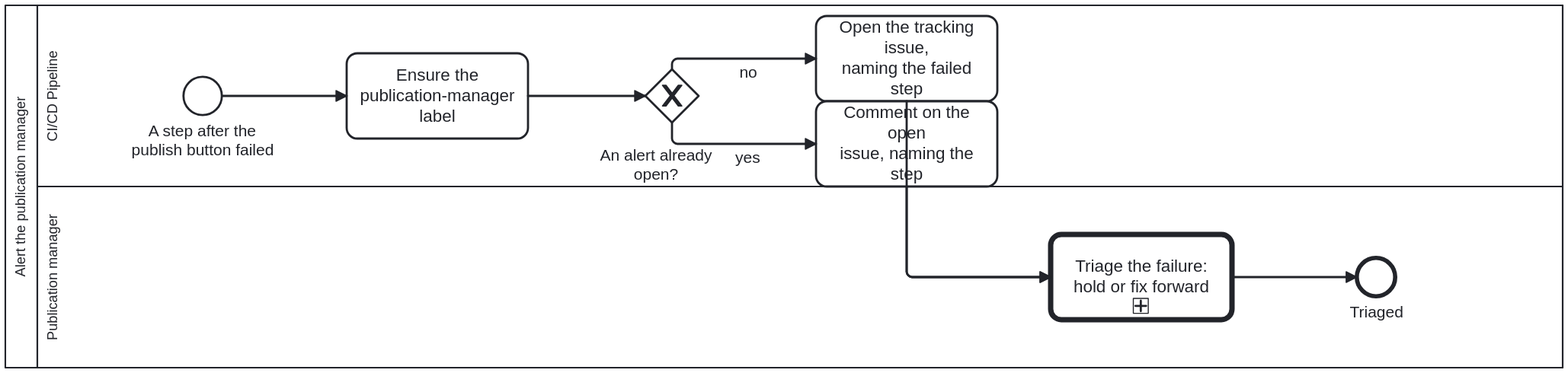
Before: docs/assets/img/workflows/publish-alert.svg, a diagram exported from BPMN (litlfred/cat-harness). Its source is kept beside it as processes/sdlc/publish-alert.bpmn. Ids are renumbered.
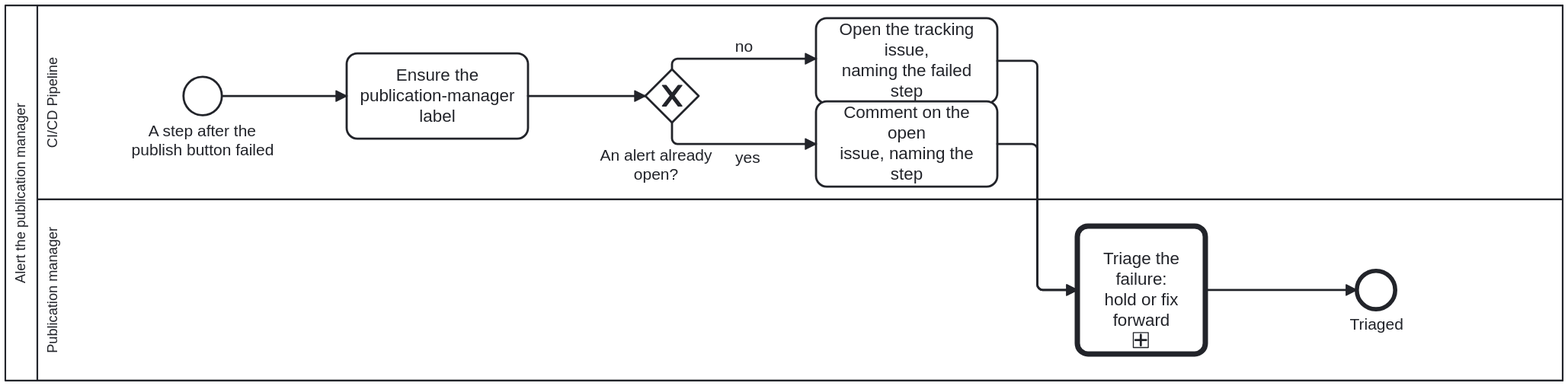
The same diagram one commit later.

What changed in the source:
```diff
@@ -77,23 +77,41 @@
   </bpmn:process>
   <bpmndi:BPMNDiagram id="Diagram_Process_PublishAlert">
     <bpmndi:BPMNPlane id="Plane_Process_PublishAlert" bpmnElement="Collaboration_Process_PublishAlert">
-      <bpmndi:BPMNShape id="Shape_Participant_Process_PublishAlert" bpmnElement="Participant_Process_PublishAlert" isHorizontal="true"><dc:Bounds x="60" y="60" width="1460" height="340"/></bpmndi:BPMNShape>
-      <bpmndi:BPMNShape id="Shape_Lane_Ci" bpmnElement="Lane_Ci" isHorizontal="true"><dc:Bounds x="90" y="60" width="1430" height="170"/></bpmndi:BPMNShape>
-      <bpmndi:BPMNShape id="Shape_Lane_PubMgr" bpmnElement="Lane_PubMgr" isHorizontal="true"><dc:Bounds x="90" y="230" width="1430" height="170"/></bpmndi:BPMNShape>
-      <bpmndi:BPMNShape id="Shape_Start_Failed" bpmnElement="Start_Failed"><dc:Bounds x="227" y="127" width="36" height="36"/><bpmndi:BPMNLabel><dc:Bounds x="175" y="169" width="140" height="40"/></bpmndi:BPMNLabel></bpmndi:BPMNShape>
-      <bpmndi:BPMNShape id="Shape_A_Label" bpmnElement="A_Label"><dc:Bounds x="380" y="105" width="170" height="80"/></bpmndi:BPMNShape>
-      <bpmndi:BPMNShape id="Shape_GW_Open" bpmnElement="GW_Open" isMarkerVisible="true"><dc:Bounds x="660" y="120" width="50" height="50"/><bpmndi:BPMNLabel><dc:Bounds x="599.25" y="191.5" width="140" height="36" /></bpmndi:BPMNLabel></bpmndi:BPMNShape>
-      <bpmndi:BPMNShape id="Shape_A_Open" bpmnElement="A_Open"><dc:Bounds x="820" y="70" width="170" height="80"/></bpmndi:BPMNShape>
-      <bpmndi:BPMNShape id="Shape_A_Comment" bpmnElement="A_Comment"><dc:Bounds x="820" y="150" width="170" height="80"/></bpmndi:BPMNShape>
-      <bpmndi:BPMNShape id="Shape_U_Triage" bpmnElement="U_Triage"><dc:Bounds x="1040" y="275" width="170" height="80"/></bpmndi:BPMNShape>
-      <bpmndi:BPMNShape id="Shape_End_Triaged" bpmnElement="End_Triaged"><dc:Bounds x="1327" y="297" width="36" height="36"/><bpmndi:BPMNLabel><dc:Bounds x="1275" y="339" width="140" height="40"/></bpmndi:BPMNLabel></bpmndi:BPMNShape>
+      <bpmndi:BPMNShape id="Shape_Participant_Process_PublishAlert" bpmnElement="Participant_Process_PublishAlert" isHorizontal="true"><dc:Bounds x="60" y="60" width="1460" height="352" /></bpmndi:BPMNShape>
+      <bpmndi:BPMNShape id="Shape_Lane_Ci" bpmnElement="Lane_Ci" isHorizontal="true"><dc:Bounds x="90" y="60" width="1430" height="182" /></bpmndi:BPMNShape>
+      <bpmndi:BPMNShape id="Shape_Lane_PubMgr" bpmnElement="Lane_PubMgr" isHorizontal="true"><dc:Bounds x="90" y="242" width="1430" height="170" /></bpmndi:BPMNShape>
+      <bpmndi:BPMNShape id="Shape_Start_Failed" bpmnElement="Start_Failed"><dc:Bounds x="227" y="127" width="36" height="36" /><bpmndi:BPMNLabel><dc:Bounds x="175" y="169" width="140" height="40"/></bpmndi:BPMNLabel></bpmndi:BPMNShape>
+      <bpmndi:BPMNShape id="Shape_A_Label" bpmnElement="A_Label"><dc:Bounds x="380" y="105" width="170" height="80" /></bpmndi:BPMNShape>
+      <bpmndi:BPMNShape id="Shape_GW_Open" bpmnElement="GW_Open" isMarkerVisible="true"><dc:Bounds x="660" y="120" width="50" height="50" /><bpmndi:BPMNLabel><dc:Bounds x="599.25" y="191.5" width="140" height="36" /></bpmndi:BPMNLabel></bpmndi:BPMNShape>
+      <bpmndi:BPMNShape id="Shape_A_Open" bpmnElement="A_Open"><dc:Bounds x="820" y="72" width="170" height="80" /></bpmndi:BPMNShape>
+      <bpmndi:BPMNShape id="Shape_A_Comment" bpmnElement="A_Comment"><dc:Bounds x="820" y="150" width="170" height="80" /></bpmndi:BPMNShape>
+      <bpmndi:BPMNShape id="Shape_U_Triage" bpmnElement="U_Triage"><dc:Bounds x="1065" y="267" width="120" height="120" /></bpmndi:BPMNShape>
+      <bpmndi:BPMNShape id="Shape_End_Triaged" bpmnElement="End_Triaged"><dc:Bounds x="1327" y="309" width="36" height="36" /><bpmndi:BPMNLabel><dc:Bounds x="1275" y="351" width="140" height="40"/></bpmndi:BPMNLabel></bpmndi:BPMNShape>
       <bpmndi:BPMNEdge id="Edge_F_1" bpmnElement="F_1"><di:waypoint x="263" y="145"/><di:waypoint x="380" y="145"/></bpmndi:BPMNEdge>
       <bpmndi:BPMNEdge id="Edge_F_2" bpmnElement="F_2"><di:waypoint x="550" y="145"/><di:waypoint x="660" y="145"/></bpmndi:BPMNEdge>
-      <bpmndi:BPMNEdge id="Edge_F_3" bpmnElement="F_3"><di:waypoint x="685" y="120"/><di:waypoint x="685" y="110"/><di:waypoint x="820" y="110"/><bpmndi:BPMNLabel><dc:Bounds x="691" y="114" width="130" height="20"/></bpmndi:BPMNLabel></bpmndi:BPMNEdge>
+      <bpmndi:BPMNEdge id="Edge_F_3" bpmnElement="F_3">
+        <di:waypoint x="685" y="120" />
+        <di:waypoint x="685" y="110" />
+        <di:waypoint x="820" y="110" />
+        <bpmndi:BPMNLabel><dc:Bounds x="707.5" y="90" width="90" height="17" /></bpmndi:BPMNLabel>
+      </bpmndi:BPMNEdge>
       <bpmndi:BPMNEdge id="Edge_F_4" bpmnElement="F_4"><di:waypoint x="685" y="170"/><di:waypoint x="685" y="190"/><di:waypoint x="820" y="190"/><bpmndi:BPMNLabel><dc:Bounds x="691" y="194" width="130" height="20"/></bpmndi:BPMNLabel></bpmndi:BPMNEdge>
-      <bpmndi:BPMNEdge id="Edge_F_5" bpmnElement="F_5"><di:waypoint x="905" y="150"/><di:waypoint x="905" y="315"/><di:waypoint x="1040" y="315"/></bpmndi:BPMNEdge>
-      <bpmndi:BPMNEdge id="Edge_F_6" bpmnElement="F_6"><di:waypoint x="905" y="230"/><di:waypoint x="905" y="315"/><di:waypoint x="1040" y="315"/></bpmndi:BPMNEdge>
-      <bpmndi:BPMNEdge id="Edge_F_7" bpmnElement="F_7"><di:waypoint x="1210" y="315"/><di:waypoint x="1327" y="315"/></bpmndi:BPMNEdge>
+      <bpmndi:BPMNEdge id="Edge_F_5" bpmnElement="F_5">
+        <di:waypoint x="990" y="112" />
+        <di:waypoint x="1027.5" y="112" />
+        <di:waypoint x="1027.5" y="327" />
+        <di:waypoint x="1065" y="327" />
+      </bpmndi:BPMNEdge>
+      <bpmndi:BPMNEdge id="Edge_F_6" bpmnElement="F_6">
+        <di:waypoint x="990" y="190" />
+        <di:waypoint x="1027.5" y="190" />
+        <di:waypoint x="1027.5" y="327" />
+        <di:waypoint x="1065" y="327" />
+      </bpmndi:BPMNEdge>
+      <bpmndi:BPMNEdge id="Edge_F_7" bpmnElement="F_7">
+        <di:waypoint x="1185" y="327" />
+        <di:waypoint x="1327" y="327" />
+      </bpmndi:BPMNEdge>
     </bpmndi:BPMNPlane>
   </bpmndi:BPMNDiagram>
 </bpmn:definitions>
```
